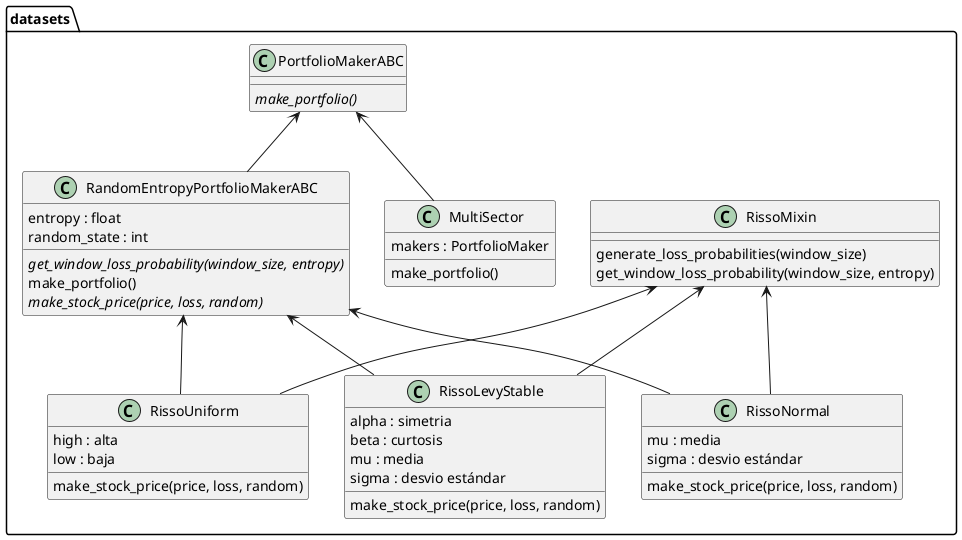
Above: assets/diagrams/classes_dataset.png in quatrope/garpar (PlantUML), before the change. Its diagram source:
```plantuml
@startuml classes_dataset
set namespaceSeparator none

package datasets {
  class "MultiSector" as garpar.datasets.multisector.MultiSector {
    makers : PortfolioMaker
    make_portfolio()
  }
  class "PortfolioMakerABC" as garpar.datasets.ds_base.PortfolioMakerABC {
    {abstract}make_portfolio()
  }
  class "RandomEntropyPortfolioMakerABC" as garpar.datasets.ds_base.RandomEntropyPortfolioMakerABC {
    entropy : float
    random_state : int
    {abstract}get_window_loss_probability(window_size, entropy)
    make_portfolio()
    {abstract}make_stock_price(price, loss, random)
  }
  class "RissoMixin" as garpar.datasets.risso.RissoMixin {
    generate_loss_probabilities(window_size)
    get_window_loss_probability(window_size, entropy)
  }
  class "RissoLevyStable" as garpar.datasets.risso.RissoLevyStable {
    alpha : simetria
    beta : curtosis
    mu : media
    sigma : desvio estándar
    make_stock_price(price, loss, random)
  }
  class "RissoNormal" as garpar.datasets.risso.RissoNormal {
    mu : media
    sigma : desvio estándar
    make_stock_price(price, loss, random)
  }
  class "RissoUniform" as garpar.datasets.risso.RissoUniform {
    high : alta
    low : baja
    make_stock_price(price, loss, random)
  }
}

garpar.datasets.ds_base.RandomEntropyPortfolioMakerABC -u-> garpar.datasets.ds_base.PortfolioMakerABC
garpar.datasets.multisector.MultiSector -u-> garpar.datasets.ds_base.PortfolioMakerABC
garpar.datasets.risso.RissoLevyStable -u-> garpar.datasets.ds_base.RandomEntropyPortfolioMakerABC
garpar.datasets.risso.RissoLevyStable -u-> garpar.datasets.risso.RissoMixin
garpar.datasets.risso.RissoNormal -u-> garpar.datasets.ds_base.RandomEntropyPortfolioMakerABC
garpar.datasets.risso.RissoNormal -u-> garpar.datasets.risso.RissoMixin
garpar.datasets.risso.RissoUniform -u-> garpar.datasets.ds_base.RandomEntropyPortfolioMakerABC
garpar.datasets.risso.RissoUniform -u-> garpar.datasets.risso.RissoMixin

@enduml
```
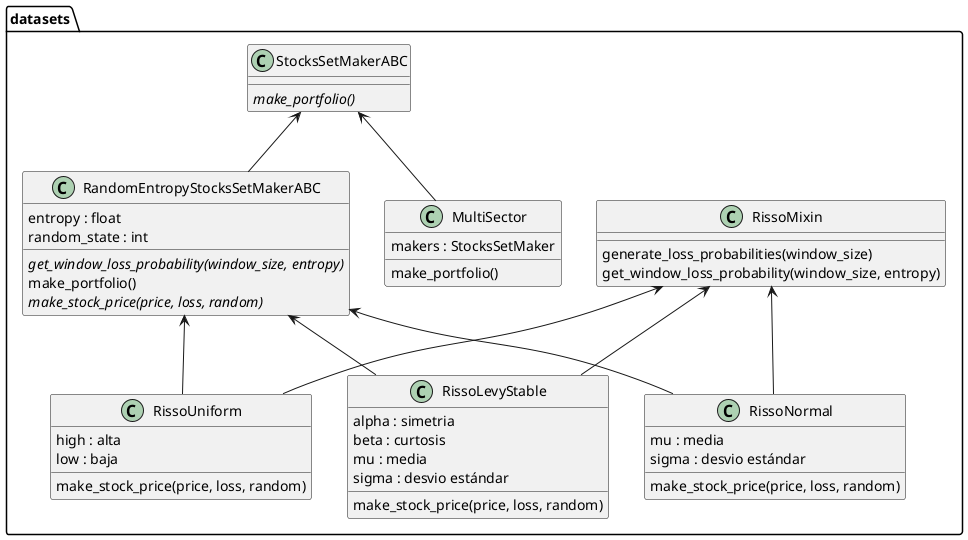
After the change.

What changed in the source:
```diff
@@ -3,13 +3,13 @@
 
 package datasets {
   class "MultiSector" as garpar.datasets.multisector.MultiSector {
-    makers : PortfolioMaker
+    makers : StocksSetMaker
     make_portfolio()
   }
-  class "PortfolioMakerABC" as garpar.datasets.ds_base.PortfolioMakerABC {
+  class "StocksSetMakerABC" as garpar.datasets.ds_base.StocksSetMakerABC {
     {abstract}make_portfolio()
   }
-  class "RandomEntropyPortfolioMakerABC" as garpar.datasets.ds_base.RandomEntropyPortfolioMakerABC {
+  class "RandomEntropyStocksSetMakerABC" as garpar.datasets.ds_base.RandomEntropyStocksSetMakerABC {
     entropy : float
     random_state : int
     {abstract}get_window_loss_probability(window_size, entropy)
@@ -39,13 +39,13 @@
   }
 }
 
-garpar.datasets.ds_base.RandomEntropyPortfolioMakerABC -u-> garpar.datasets.ds_base.PortfolioMakerABC
-garpar.datasets.multisector.MultiSector -u-> garpar.datasets.ds_base.PortfolioMakerABC
-garpar.datasets.risso.RissoLevyStable -u-> garpar.datasets.ds_base.RandomEntropyPortfolioMakerABC
+garpar.datasets.ds_base.RandomEntropyStocksSetMakerABC -u-> garpar.datasets.ds_base.StocksSetMakerABC
+garpar.datasets.multisector.MultiSector -u-> garpar.datasets.ds_base.StocksSetMakerABC
+garpar.datasets.risso.RissoLevyStable -u-> garpar.datasets.ds_base.RandomEntropyStocksSetMakerABC
 garpar.datasets.risso.RissoLevyStable -u-> garpar.datasets.risso.RissoMixin
-garpar.datasets.risso.RissoNormal -u-> garpar.datasets.ds_base.RandomEntropyPortfolioMakerABC
+garpar.datasets.risso.RissoNormal -u-> garpar.datasets.ds_base.RandomEntropyStocksSetMakerABC
 garpar.datasets.risso.RissoNormal -u-> garpar.datasets.risso.RissoMixin
-garpar.datasets.risso.RissoUniform -u-> garpar.datasets.ds_base.RandomEntropyPortfolioMakerABC
+garpar.datasets.risso.RissoUniform -u-> garpar.datasets.ds_base.RandomEntropyStocksSetMakerABC
 garpar.datasets.risso.RissoUniform -u-> garpar.datasets.risso.RissoMixin
 
 @enduml
```
